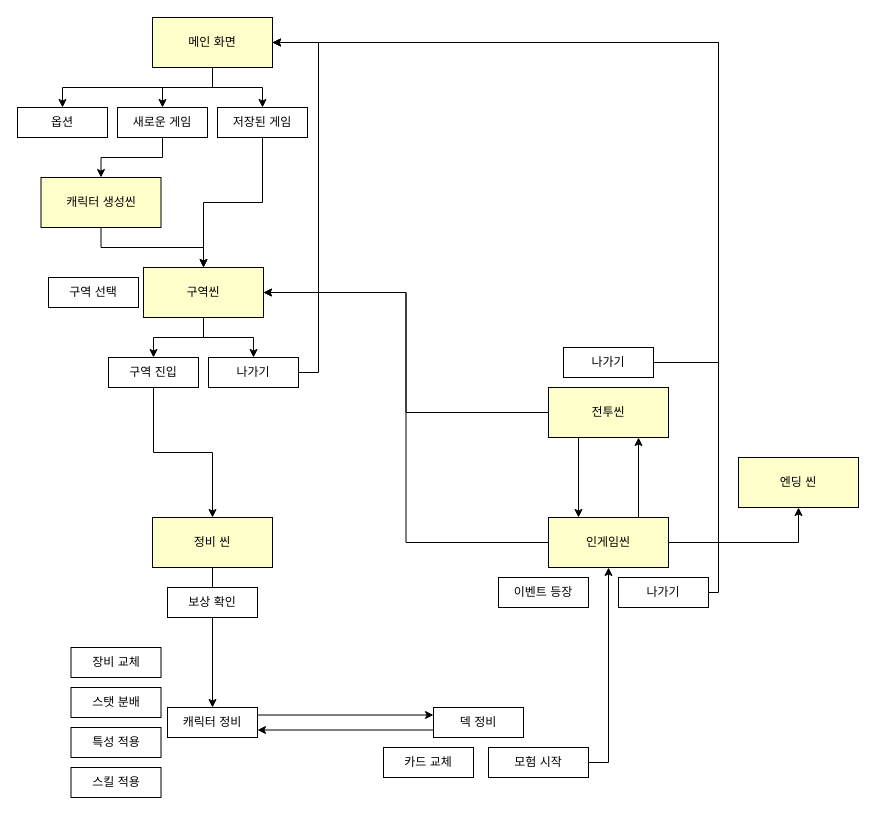
DahamChoi/Exlix keeps this draw.io diagram as 게임 디자인/기획/씬플로우.drawio. Above is the earlier version. Source tidied: cells renumbered, new cells numbered last; positions are measured from the earlier drawing's top-left corner, leaving out a move shared by most shapes. Both pictures are drawn from the tidied source at 100%, with x=0, y=0 at pixel (17, 17).
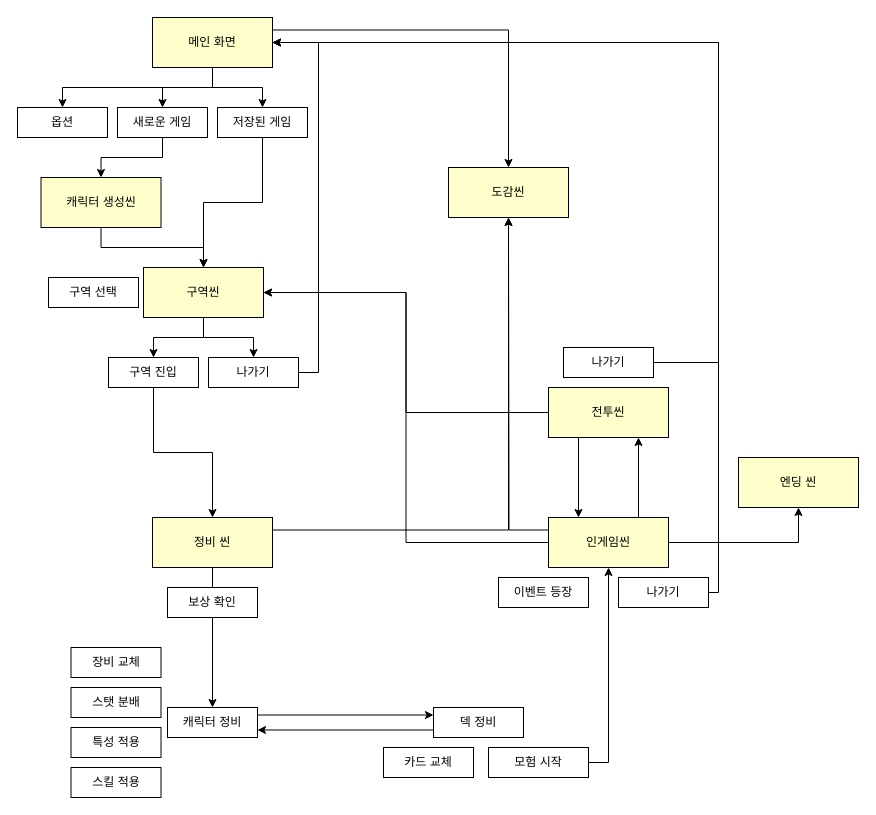
After the change.

The change refers to these unchanged cells:
```xml
<mxCell id="5" value="메인 화면" style="rounded=0;whiteSpace=wrap;html=1;fillColor=#FFFFCC;" parent="1" vertex="1">
  <mxGeometry x="135" width="120" height="50" as="geometry" />
</mxCell>
<mxCell id="20" value="정비 씬" style="rounded=0;whiteSpace=wrap;html=1;fillColor=#FFFFCC;" parent="1" vertex="1">
  <mxGeometry x="135" y="500" width="120" height="50" as="geometry" />
</mxCell>
<mxCell id="38" value="인게임씬" style="rounded=0;whiteSpace=wrap;html=1;fillColor=#FFFFCC;" parent="1" vertex="1">
  <mxGeometry x="531" y="500" width="120" height="50" as="geometry" />
</mxCell>
```

Diff of the diagram source:
```diff
@@
+    <mxCell id="49" style="edgeStyle=orthogonalEdgeStyle;rounded=0;jettySize=auto;html=1;exitX=1;exitY=0.25;exitDx=0;exitDy=0;entryX=0.5;entryY=0;entryDx=0;entryDy=0;" parent="1" edge="1" source="5" target="52">
+      <mxGeometry relative="1" as="geometry" />
+    </mxCell>
@@
+    <mxCell id="50" style="edgeStyle=orthogonalEdgeStyle;rounded=0;jettySize=auto;html=1;exitX=1;exitY=0.25;exitDx=0;exitDy=0;" parent="1" edge="1" source="20" target="52">
+      <mxGeometry relative="1" as="geometry" />
+    </mxCell>
@@
+    <mxCell id="51" style="edgeStyle=orthogonalEdgeStyle;rounded=0;jettySize=auto;html=1;exitX=0;exitY=0.25;exitDx=0;exitDy=0;" parent="1" edge="1" source="38">
+      <mxGeometry relative="1" as="geometry">
+        <mxPoint x="491" y="200" as="targetPoint" />
+      </mxGeometry>
+    </mxCell>
@@
+    <mxCell id="52" value="도감씬" style="rounded=0;whiteSpace=wrap;html=1;fillColor=#FFFFCC;" parent="1" vertex="1">
+      <mxGeometry x="431" y="150" width="120" height="50" as="geometry" />
+    </mxCell>
```
